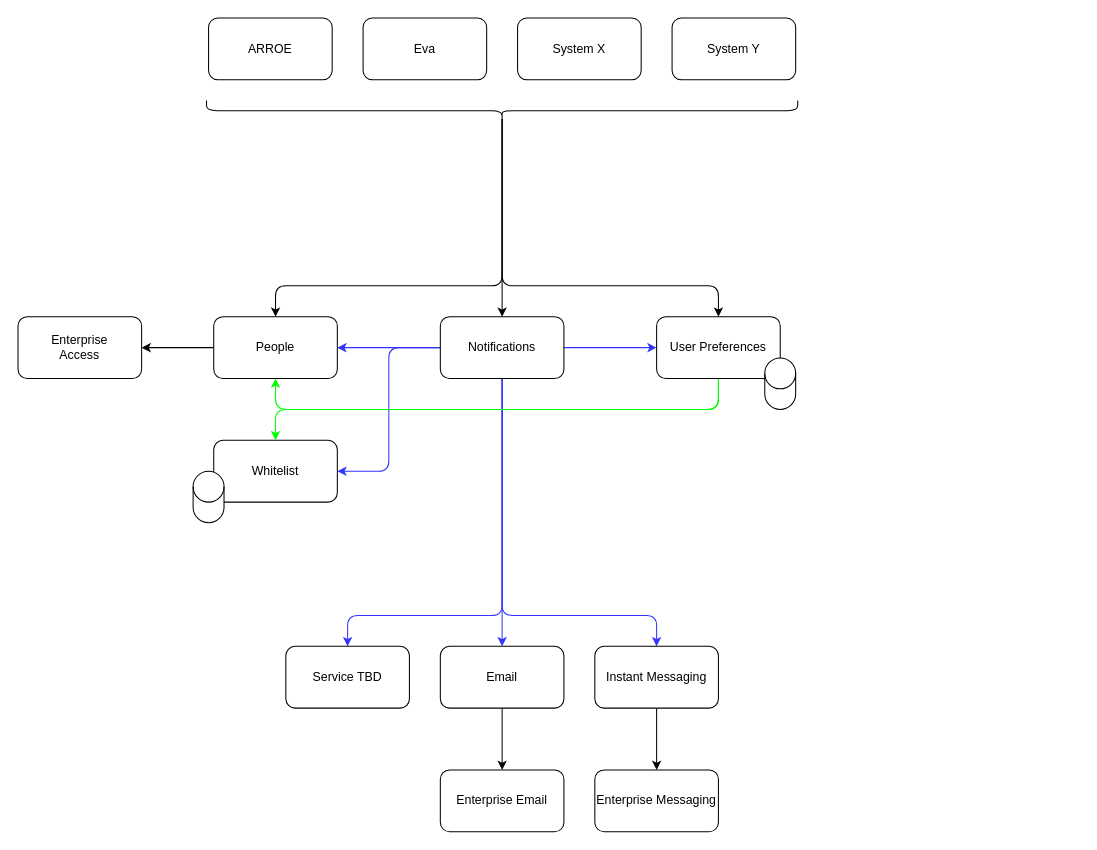
This is Drawings/Microservices/Architecture/Microservices Architecture.drawio from RMSLowside/rmslow, a draw.io file, before an edit. Source tidied: cells renumbered, new cells numbered last; positions are measured from the earlier drawing's top-left corner, leaving out a move shared by most shapes. Both pictures are drawn from the tidied source at 103%, with x=0, y=0 at pixel (18, 18).
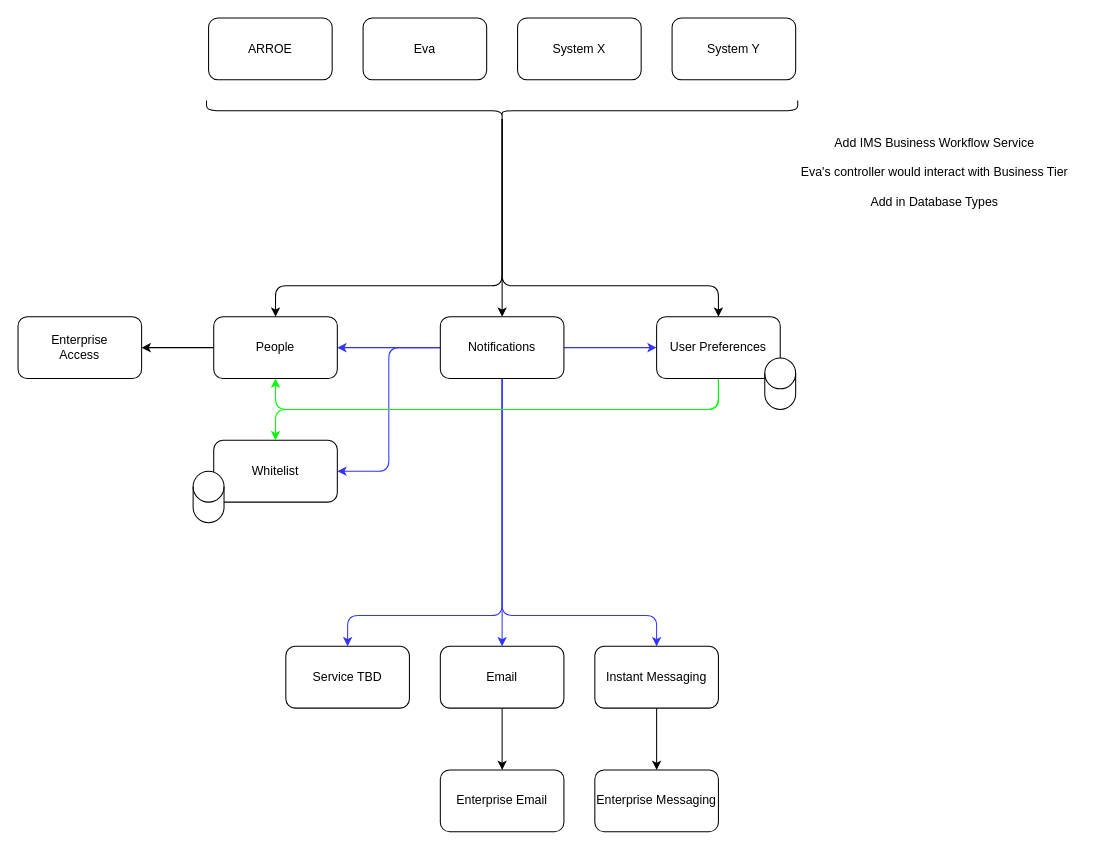
The same page after the edit.

The edit, as a diff of the source:
```diff
@@
+    <mxCell id="33" value="Add IMS Business Workflow Service&lt;br&gt;&lt;br&gt;Eva's controller would interact with Business Tier&lt;br&gt;&lt;br&gt;Add in Database Types" style="text;html=1;strokeColor=none;fillColor=none;align=center;verticalAlign=middle;whiteSpace=wrap;rounded=0;" parent="1" vertex="1">
+      <mxGeometry x="750" y="140" width="280" height="20" as="geometry" />
+    </mxCell>
```
